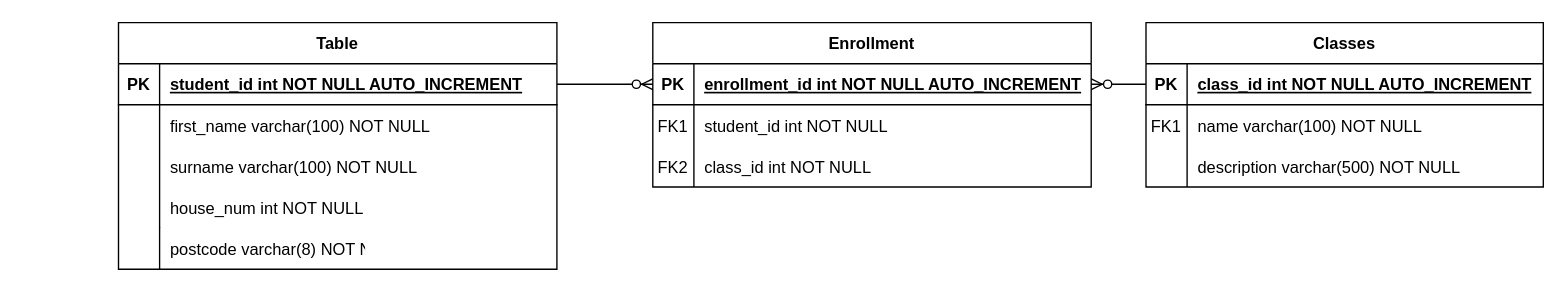
Above: QA_Project_ERD.drawio in Christian-Sav/DevOps-Core-Fundamental-Projec (draw.io), before the change. Source tidied: cells renumbered, new cells numbered last; positions are measured from the earlier drawing's top-left corner, leaving out a move shared by most shapes. Both pictures are drawn from the tidied source at 137%, with x=0, y=0 at pixel (22, 22).
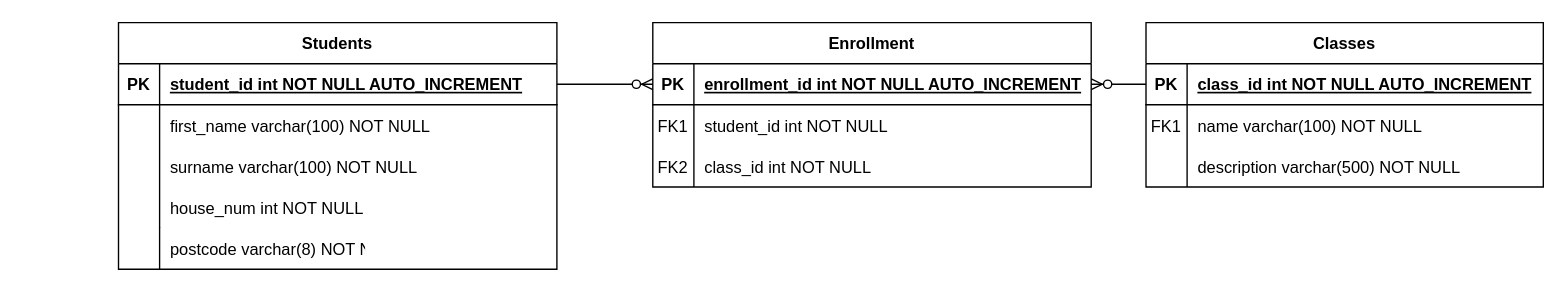
After the change.

Diff of the diagram source:
```diff
@@
-    <mxCell id="25" value="Table" style="shape=table;startSize=30;childLayout=tableLayout;rowLines=0;fontStyle=1;align=center;" parent="1" vertex="1">
+    <mxCell id="25" value="Students" style="shape=table;startSize=30;childLayout=tableLayout;rowLines=0;fontStyle=1;align=center;" parent="1" vertex="1">
       <mxGeometry x="70" width="320" height="180" as="geometry" />
     </mxCell>
```
